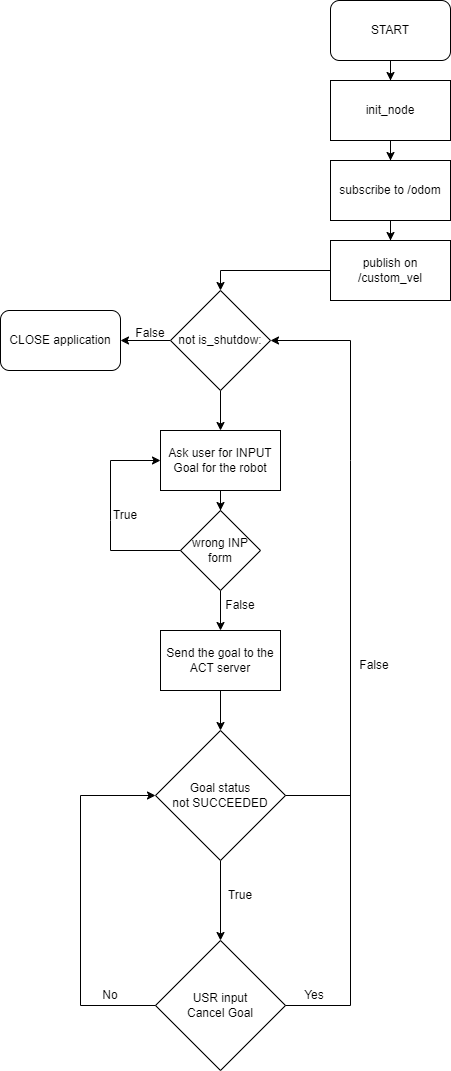
Above: Node_A.drawio.png in SimoneLombardi/RT1_second_assingnment (draw.io), before the change. Source tidied: cells renumbered, new cells last; positions are measured from the earlier drawing's top-left corner, leaving out a move shared by most shapes. Source of this version:
```xml
<mxGraphModel>
  <root>
    <mxCell id="0" />
    <mxCell id="1" parent="0" />
    <mxCell id="2" style="edgeStyle=orthogonalEdgeStyle;rounded=0;jettySize=auto;html=1;" parent="1" edge="1" source="3" target="5">
      <mxGeometry relative="1" as="geometry" />
    </mxCell>
    <mxCell id="3" value="START" style="rounded=1;whiteSpace=wrap;html=1;" parent="1" vertex="1">
      <mxGeometry x="330" width="120" height="60" as="geometry" />
    </mxCell>
    <mxCell id="4" style="edgeStyle=orthogonalEdgeStyle;rounded=0;jettySize=auto;html=1;" parent="1" edge="1" source="5" target="7">
      <mxGeometry relative="1" as="geometry" />
    </mxCell>
    <mxCell id="5" value="init_node" style="rounded=0;whiteSpace=wrap;html=1;" parent="1" vertex="1">
      <mxGeometry x="330" y="80" width="120" height="60" as="geometry" />
    </mxCell>
    <mxCell id="6" style="edgeStyle=orthogonalEdgeStyle;rounded=0;jettySize=auto;html=1;" parent="1" edge="1" source="7" target="9">
      <mxGeometry relative="1" as="geometry" />
    </mxCell>
    <mxCell id="7" value="subscribe to /odom" style="rounded=0;whiteSpace=wrap;html=1;" parent="1" vertex="1">
      <mxGeometry x="330" y="160" width="120" height="60" as="geometry" />
    </mxCell>
    <mxCell id="8" style="edgeStyle=orthogonalEdgeStyle;rounded=0;jettySize=auto;html=1;entryX=0.5;entryY=0;entryDx=0;entryDy=0;" parent="1" edge="1" source="9" target="12">
      <mxGeometry relative="1" as="geometry" />
    </mxCell>
    <mxCell id="9" value="publish on /custom_vel" style="rounded=0;whiteSpace=wrap;html=1;" parent="1" vertex="1">
      <mxGeometry x="330" y="240" width="120" height="60" as="geometry" />
    </mxCell>
    <mxCell id="10" style="edgeStyle=orthogonalEdgeStyle;rounded=0;jettySize=auto;html=1;entryX=1;entryY=0.5;entryDx=0;entryDy=0;" parent="1" edge="1" source="12" target="17">
      <mxGeometry relative="1" as="geometry" />
    </mxCell>
    <mxCell id="11" style="edgeStyle=orthogonalEdgeStyle;rounded=0;jettySize=auto;html=1;" parent="1" edge="1" source="12" target="15">
      <mxGeometry relative="1" as="geometry" />
    </mxCell>
    <mxCell id="12" value="not is_shutdow:" style="rhombus;whiteSpace=wrap;html=1;rounded=0;" parent="1" vertex="1">
      <mxGeometry x="170" y="290" width="100" height="100" as="geometry" />
    </mxCell>
    <mxCell id="13" value="False" style="text;html=1;strokeColor=none;fillColor=none;align=center;verticalAlign=middle;whiteSpace=wrap;rounded=0;" parent="1" vertex="1">
      <mxGeometry x="120" y="310" width="60" height="45" as="geometry" />
    </mxCell>
    <mxCell id="14" style="edgeStyle=orthogonalEdgeStyle;rounded=0;jettySize=auto;html=1;" parent="1" edge="1" source="15" target="19">
      <mxGeometry relative="1" as="geometry" />
    </mxCell>
    <mxCell id="15" value="Ask user for INPUT&lt;br&gt;Goal for the robot" style="rounded=0;whiteSpace=wrap;html=1;" parent="1" vertex="1">
      <mxGeometry x="160" y="430" width="120" height="60" as="geometry" />
    </mxCell>
    <mxCell id="16" value="False" style="text;html=1;strokeColor=none;fillColor=none;align=center;verticalAlign=middle;whiteSpace=wrap;rounded=0;" parent="1" vertex="1">
      <mxGeometry x="210" y="590" width="60" height="30" as="geometry" />
    </mxCell>
    <mxCell id="17" value="CLOSE application" style="rounded=1;whiteSpace=wrap;html=1;" parent="1" vertex="1">
      <mxGeometry y="310" width="120" height="60" as="geometry" />
    </mxCell>
    <mxCell id="18" style="edgeStyle=orthogonalEdgeStyle;rounded=0;jettySize=auto;html=1;exitX=0.5;exitY=1;exitDx=0;exitDy=0;" parent="1" edge="1" source="19" target="23">
      <mxGeometry relative="1" as="geometry" />
    </mxCell>
    <mxCell id="19" value="wrong INP form" style="rhombus;whiteSpace=wrap;html=1;rounded=0;" parent="1" vertex="1">
      <mxGeometry x="180" y="510" width="80" height="80" as="geometry" />
    </mxCell>
    <mxCell id="20" style="endArrow=classic;html=1;rounded=0;exitX=0;exitY=0.5;exitDx=0;exitDy=0;entryX=0;entryY=0.5;entryDx=0;entryDy=0;" parent="1" edge="1" source="19" target="15">
      <mxGeometry relative="1" as="geometry">
        <Array as="points">
          <mxPoint x="110" y="550" />
          <mxPoint x="110" y="520" />
          <mxPoint x="110" y="460" />
        </Array>
      </mxGeometry>
    </mxCell>
    <mxCell id="21" value="True" style="text;html=1;strokeColor=none;fillColor=none;align=center;verticalAlign=middle;whiteSpace=wrap;rounded=0;" parent="1" vertex="1">
      <mxGeometry x="95" y="500" width="60" height="30" as="geometry" />
    </mxCell>
    <mxCell id="22" style="edgeStyle=orthogonalEdgeStyle;rounded=0;jettySize=auto;html=1;" parent="1" edge="1" source="23" target="25">
      <mxGeometry relative="1" as="geometry" />
    </mxCell>
    <mxCell id="23" value="Send the goal to the ACT server" style="whiteSpace=wrap;html=1;rounded=0;" parent="1" vertex="1">
      <mxGeometry x="160" y="630" width="120" height="60" as="geometry" />
    </mxCell>
    <mxCell id="24" style="edgeStyle=orthogonalEdgeStyle;rounded=0;jettySize=auto;html=1;" parent="1" edge="1" source="25" target="26">
      <mxGeometry relative="1" as="geometry" />
    </mxCell>
    <mxCell id="25" value="Goal status not&amp;nbsp;SUCCEEDED" style="rhombus;whiteSpace=wrap;html=1;rounded=0;" parent="1" vertex="1">
      <mxGeometry x="155" y="730" width="130" height="130" as="geometry" />
    </mxCell>
    <mxCell id="26" value="USR input&lt;br&gt;Cancel Goal" style="rhombus;whiteSpace=wrap;html=1;rounded=0;" parent="1" vertex="1">
      <mxGeometry x="155" y="940" width="130" height="130" as="geometry" />
    </mxCell>
    <mxCell id="27" value="True" style="text;html=1;strokeColor=none;fillColor=none;align=center;verticalAlign=middle;whiteSpace=wrap;rounded=0;" parent="1" vertex="1">
      <mxGeometry x="210" y="880" width="60" height="30" as="geometry" />
    </mxCell>
    <mxCell id="28" style="endArrow=classic;html=1;rounded=0;exitX=1;exitY=0.5;exitDx=0;exitDy=0;entryX=1;entryY=0.5;entryDx=0;entryDy=0;" parent="1" edge="1" source="25" target="12">
      <mxGeometry relative="1" as="geometry">
        <Array as="points">
          <mxPoint x="350" y="795" />
          <mxPoint x="350" y="460" />
          <mxPoint x="350" y="340" />
        </Array>
      </mxGeometry>
    </mxCell>
    <mxCell id="29" value="False" style="text;html=1;strokeColor=none;fillColor=none;align=center;verticalAlign=middle;whiteSpace=wrap;rounded=0;" parent="1" vertex="1">
      <mxGeometry x="344" y="650" width="60" height="30" as="geometry" />
    </mxCell>
    <mxCell id="30" style="endArrow=none;html=1;rounded=0;exitX=1;exitY=0.5;exitDx=0;exitDy=0;" parent="1" edge="1" source="26">
      <mxGeometry relative="1" as="geometry">
        <mxPoint x="350" y="790" as="targetPoint" />
        <Array as="points">
          <mxPoint x="350" y="1005" />
        </Array>
      </mxGeometry>
    </mxCell>
    <mxCell id="31" value="Yes" style="text;html=1;strokeColor=none;fillColor=none;align=center;verticalAlign=middle;whiteSpace=wrap;rounded=0;" parent="1" vertex="1">
      <mxGeometry x="284" y="980" width="60" height="30" as="geometry" />
    </mxCell>
    <mxCell id="32" style="endArrow=classic;html=1;rounded=0;exitX=0;exitY=0.5;exitDx=0;exitDy=0;entryX=0;entryY=0.5;entryDx=0;entryDy=0;" parent="1" edge="1" source="26" target="25">
      <mxGeometry relative="1" as="geometry">
        <Array as="points">
          <mxPoint x="80" y="1005" />
          <mxPoint x="80" y="795" />
        </Array>
      </mxGeometry>
    </mxCell>
    <mxCell id="33" value="No" style="text;html=1;strokeColor=none;fillColor=none;align=center;verticalAlign=middle;whiteSpace=wrap;rounded=0;" parent="1" vertex="1">
      <mxGeometry x="80" y="980" width="60" height="30" as="geometry" />
    </mxCell>
  </root>
</mxGraphModel>
```
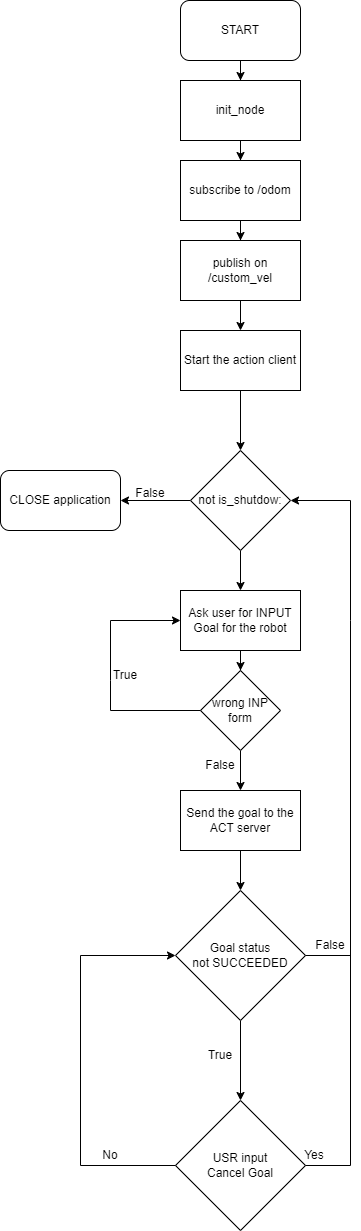
After the commit.

Change to the diagram source:
```diff
@@ -20,9 +20,9 @@
     <mxCell id="7" value="subscribe to /odom" style="rounded=0;whiteSpace=wrap;html=1;" parent="1" vertex="1">
       <mxGeometry x="330" y="160" width="120" height="60" as="geometry" />
     </mxCell>
-    <mxCell id="8" style="edgeStyle=orthogonalEdgeStyle;rounded=0;jettySize=auto;html=1;entryX=0.5;entryY=0;entryDx=0;entryDy=0;" parent="1" edge="1" source="9" target="12">
-      <mxGeometry relative="1" as="geometry" />
-    </mxCell>
+    <mxCell id="34" style="edgeStyle=orthogonalEdgeStyle;rounded=0;jettySize=auto;html=1;" parent="1" edge="1" source="9" target="36">
+      <mxGeometry relative="1" as="geometry" />
+    </mxCell>
     <mxCell id="9" value="publish on /custom_vel" style="rounded=0;whiteSpace=wrap;html=1;" parent="1" vertex="1">
       <mxGeometry x="330" y="240" width="120" height="60" as="geometry" />
     </mxCell>
@@ -33,92 +33,98 @@
       <mxGeometry relative="1" as="geometry" />
     </mxCell>
     <mxCell id="12" value="not is_shutdow:" style="rhombus;whiteSpace=wrap;html=1;rounded=0;" parent="1" vertex="1">
-      <mxGeometry x="170" y="290" width="100" height="100" as="geometry" />
+      <mxGeometry x="340" y="450" width="100" height="100" as="geometry" />
     </mxCell>
     <mxCell id="13" value="False" style="text;html=1;strokeColor=none;fillColor=none;align=center;verticalAlign=middle;whiteSpace=wrap;rounded=0;" parent="1" vertex="1">
-      <mxGeometry x="120" y="310" width="60" height="45" as="geometry" />
+      <mxGeometry x="270" y="470" width="60" height="45" as="geometry" />
     </mxCell>
     <mxCell id="14" style="edgeStyle=orthogonalEdgeStyle;rounded=0;jettySize=auto;html=1;" parent="1" edge="1" source="15" target="19">
       <mxGeometry relative="1" as="geometry" />
     </mxCell>
     <mxCell id="15" value="Ask user for INPUT&lt;br&gt;Goal for the robot" style="rounded=0;whiteSpace=wrap;html=1;" parent="1" vertex="1">
-      <mxGeometry x="160" y="430" width="120" height="60" as="geometry" />
+      <mxGeometry x="330" y="590" width="120" height="60" as="geometry" />
     </mxCell>
     <mxCell id="16" value="False" style="text;html=1;strokeColor=none;fillColor=none;align=center;verticalAlign=middle;whiteSpace=wrap;rounded=0;" parent="1" vertex="1">
-      <mxGeometry x="210" y="590" width="60" height="30" as="geometry" />
+      <mxGeometry x="340" y="750" width="60" height="30" as="geometry" />
     </mxCell>
     <mxCell id="17" value="CLOSE application" style="rounded=1;whiteSpace=wrap;html=1;" parent="1" vertex="1">
-      <mxGeometry y="310" width="120" height="60" as="geometry" />
+      <mxGeometry x="150" y="470" width="120" height="60" as="geometry" />
     </mxCell>
     <mxCell id="18" style="edgeStyle=orthogonalEdgeStyle;rounded=0;jettySize=auto;html=1;exitX=0.5;exitY=1;exitDx=0;exitDy=0;" parent="1" edge="1" source="19" target="23">
       <mxGeometry relative="1" as="geometry" />
     </mxCell>
     <mxCell id="19" value="wrong INP form" style="rhombus;whiteSpace=wrap;html=1;rounded=0;" parent="1" vertex="1">
-      <mxGeometry x="180" y="510" width="80" height="80" as="geometry" />
+      <mxGeometry x="350" y="670" width="80" height="80" as="geometry" />
     </mxCell>
     <mxCell id="20" style="endArrow=classic;html=1;rounded=0;exitX=0;exitY=0.5;exitDx=0;exitDy=0;entryX=0;entryY=0.5;entryDx=0;entryDy=0;" parent="1" edge="1" source="19" target="15">
       <mxGeometry relative="1" as="geometry">
         <Array as="points">
-          <mxPoint x="110" y="550" />
-          <mxPoint x="110" y="520" />
-          <mxPoint x="110" y="460" />
+          <mxPoint x="260" y="710" />
+          <mxPoint x="260" y="680" />
+          <mxPoint x="260" y="620" />
         </Array>
       </mxGeometry>
     </mxCell>
     <mxCell id="21" value="True" style="text;html=1;strokeColor=none;fillColor=none;align=center;verticalAlign=middle;whiteSpace=wrap;rounded=0;" parent="1" vertex="1">
-      <mxGeometry x="95" y="500" width="60" height="30" as="geometry" />
+      <mxGeometry x="245" y="660" width="60" height="30" as="geometry" />
     </mxCell>
     <mxCell id="22" style="edgeStyle=orthogonalEdgeStyle;rounded=0;jettySize=auto;html=1;" parent="1" edge="1" source="23" target="25">
       <mxGeometry relative="1" as="geometry" />
     </mxCell>
     <mxCell id="23" value="Send the goal to the ACT server" style="whiteSpace=wrap;html=1;rounded=0;" parent="1" vertex="1">
-      <mxGeometry x="160" y="630" width="120" height="60" as="geometry" />
+      <mxGeometry x="330" y="790" width="120" height="60" as="geometry" />
     </mxCell>
     <mxCell id="24" style="edgeStyle=orthogonalEdgeStyle;rounded=0;jettySize=auto;html=1;" parent="1" edge="1" source="25" target="26">
       <mxGeometry relative="1" as="geometry" />
     </mxCell>
     <mxCell id="25" value="Goal status not&amp;nbsp;SUCCEEDED" style="rhombus;whiteSpace=wrap;html=1;rounded=0;" parent="1" vertex="1">
-      <mxGeometry x="155" y="730" width="130" height="130" as="geometry" />
+      <mxGeometry x="325" y="890" width="130" height="130" as="geometry" />
     </mxCell>
     <mxCell id="26" value="USR input&lt;br&gt;Cancel Goal" style="rhombus;whiteSpace=wrap;html=1;rounded=0;" parent="1" vertex="1">
-      <mxGeometry x="155" y="940" width="130" height="130" as="geometry" />
+      <mxGeometry x="325" y="1100" width="130" height="130" as="geometry" />
     </mxCell>
     <mxCell id="27" value="True" style="text;html=1;strokeColor=none;fillColor=none;align=center;verticalAlign=middle;whiteSpace=wrap;rounded=0;" parent="1" vertex="1">
-      <mxGeometry x="210" y="880" width="60" height="30" as="geometry" />
+      <mxGeometry x="340" y="1040" width="60" height="30" as="geometry" />
     </mxCell>
     <mxCell id="28" style="endArrow=classic;html=1;rounded=0;exitX=1;exitY=0.5;exitDx=0;exitDy=0;entryX=1;entryY=0.5;entryDx=0;entryDy=0;" parent="1" edge="1" source="25" target="12">
       <mxGeometry relative="1" as="geometry">
         <Array as="points">
-          <mxPoint x="350" y="795" />
-          <mxPoint x="350" y="460" />
-          <mxPoint x="350" y="340" />
+          <mxPoint x="500" y="955" />
+          <mxPoint x="500" y="620" />
+          <mxPoint x="500" y="500" />
         </Array>
       </mxGeometry>
     </mxCell>
     <mxCell id="29" value="False" style="text;html=1;strokeColor=none;fillColor=none;align=center;verticalAlign=middle;whiteSpace=wrap;rounded=0;" parent="1" vertex="1">
-      <mxGeometry x="344" y="650" width="60" height="30" as="geometry" />
+      <mxGeometry x="450" y="930" width="60" height="30" as="geometry" />
     </mxCell>
     <mxCell id="30" style="endArrow=none;html=1;rounded=0;exitX=1;exitY=0.5;exitDx=0;exitDy=0;" parent="1" edge="1" source="26">
       <mxGeometry relative="1" as="geometry">
-        <mxPoint x="350" y="790" as="targetPoint" />
+        <mxPoint x="500" y="950" as="targetPoint" />
         <Array as="points">
-          <mxPoint x="350" y="1005" />
+          <mxPoint x="500" y="1165" />
         </Array>
       </mxGeometry>
     </mxCell>
     <mxCell id="31" value="Yes" style="text;html=1;strokeColor=none;fillColor=none;align=center;verticalAlign=middle;whiteSpace=wrap;rounded=0;" parent="1" vertex="1">
-      <mxGeometry x="284" y="980" width="60" height="30" as="geometry" />
+      <mxGeometry x="434" y="1140" width="60" height="30" as="geometry" />
     </mxCell>
     <mxCell id="32" style="endArrow=classic;html=1;rounded=0;exitX=0;exitY=0.5;exitDx=0;exitDy=0;entryX=0;entryY=0.5;entryDx=0;entryDy=0;" parent="1" edge="1" source="26" target="25">
       <mxGeometry relative="1" as="geometry">
         <Array as="points">
-          <mxPoint x="80" y="1005" />
-          <mxPoint x="80" y="795" />
+          <mxPoint x="230" y="1165" />
+          <mxPoint x="230" y="955" />
         </Array>
       </mxGeometry>
     </mxCell>
     <mxCell id="33" value="No" style="text;html=1;strokeColor=none;fillColor=none;align=center;verticalAlign=middle;whiteSpace=wrap;rounded=0;" parent="1" vertex="1">
-      <mxGeometry x="80" y="980" width="60" height="30" as="geometry" />
+      <mxGeometry x="230" y="1140" width="60" height="30" as="geometry" />
     </mxCell>
+    <mxCell id="35" style="edgeStyle=orthogonalEdgeStyle;rounded=0;jettySize=auto;html=1;entryX=0.5;entryY=0;entryDx=0;entryDy=0;" parent="1" edge="1" source="36" target="12">
+      <mxGeometry relative="1" as="geometry" />
+    </mxCell>
+    <mxCell id="36" value="Start the action client" style="rounded=0;whiteSpace=wrap;html=1;" parent="1" vertex="1">
+      <mxGeometry x="330" y="330" width="120" height="60" as="geometry" />
+    </mxCell>
   </root>
 </mxGraphModel>
```
